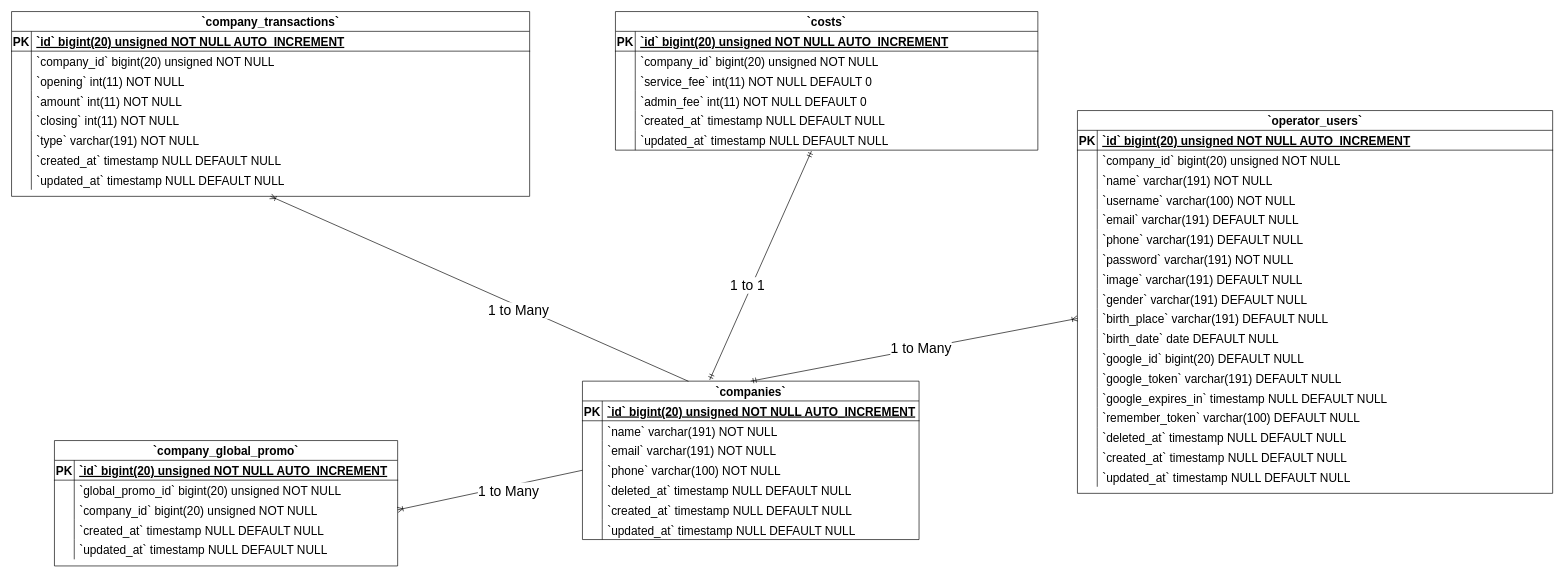
Before: Companies ERD Split Diagram 1.drawio in Simasco/diagram, a draw.io diagram. Source tidied: cells renumbered, new cells numbered last; positions are measured from the earlier drawing's top-left corner, leaving out a move shared by most shapes. Both pictures are drawn from the tidied source at 66%, with x=0, y=0 at pixel (11, 11).
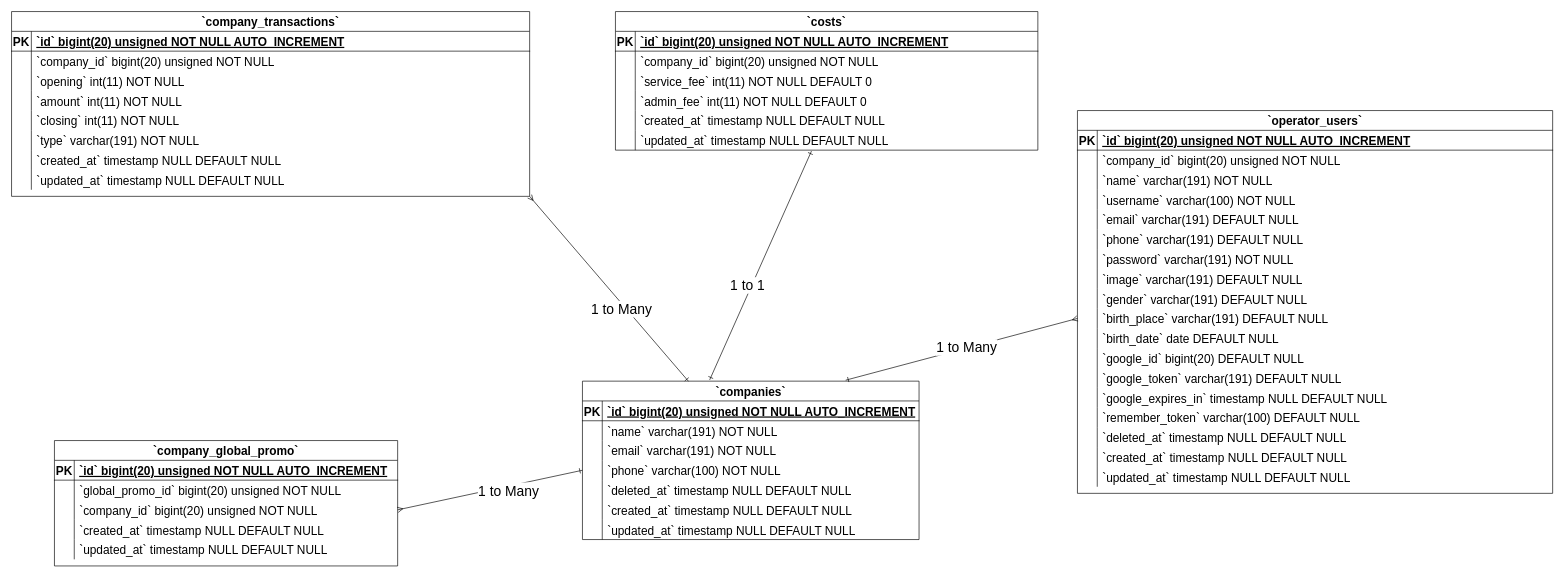
The same diagram, later.

Unchanged cells that the change refers to:
```xml
<mxCell id="2" value="`companies`" style="shape=table;startSize=30;childLayout=tableLayout;rowLines=0;fontStyle=1;align=center;fontSize=18;" parent="1" vertex="1">
  <mxGeometry x="865" y="560" width="510" height="240" as="geometry" />
</mxCell>
<mxCell id="12" style="shape=tableRow;horizontal=0;startSize=0;swimlaneHead=0;swimlaneBody=0;fillColor=none;points=[[0,0.5],[1,0.5]];portConstraint=eastwest;strokeColor=inherit;top=0;left=0;right=0;bottom=0;fontSize=18;" parent="2" vertex="1">
  <mxGeometry y="120" width="510" height="30" as="geometry" />
</mxCell>
<mxCell id="31" style="shape=tableRow;horizontal=0;startSize=0;swimlaneHead=0;swimlaneBody=0;fillColor=none;points=[[0,0.5],[1,0.5]];portConstraint=eastwest;strokeColor=inherit;top=0;left=0;right=0;bottom=0;fontSize=18;" parent="24" vertex="1">
  <mxGeometry y="90" width="520" height="30" as="geometry" />
</mxCell>
<mxCell id="40" value="`company_transactions`" style="shape=table;startSize=30;childLayout=tableLayout;rowLines=0;fontStyle=1;align=center;fontSize=18;" parent="1" vertex="1">
  <mxGeometry width="785" height="280" as="geometry" />
</mxCell>
<mxCell id="81" style="shape=tableRow;horizontal=0;startSize=0;swimlaneHead=0;swimlaneBody=0;fillColor=none;points=[[0,0.5],[1,0.5]];portConstraint=eastwest;strokeColor=inherit;top=0;left=0;right=0;bottom=0;fontSize=18;" parent="65" vertex="1">
  <mxGeometry y="180" width="640" height="30" as="geometry" />
</mxCell>
<mxCell id="112" style="shape=tableRow;horizontal=0;startSize=0;swimlaneHead=0;swimlaneBody=0;fillColor=none;points=[[0,0.5],[1,0.5]];portConstraint=eastwest;strokeColor=inherit;top=0;left=0;right=0;bottom=0;fontSize=18;" parent="84" vertex="1">
  <mxGeometry y="300" width="720" height="30" as="geometry" />
</mxCell>
```

The edit, as a diff of the source:
```diff
@@
-    <mxCell id="139" style="fontSize=18;html=1;endArrow=ERoneToMany;rounded=0;exitX=0;exitY=0.5;exitDx=0;exitDy=0;entryX=1;entryY=0.5;entryDx=0;entryDy=0;" parent="1" edge="1" source="12" target="31">
+    <mxCell id="139" style="fontSize=18;html=1;endArrow=ERmany;rounded=0;exitX=0;exitY=0.5;exitDx=0;exitDy=0;entryX=1;entryY=0.5;entryDx=0;entryDy=0;startArrow=ERone;startFill=0;endFill=0;" parent="1" edge="1" source="12" target="31">
       <mxGeometry relative="1" as="geometry" />
     </mxCell>
@@
-    <mxCell id="141" style="fontSize=18;html=1;endArrow=ERoneToMany;rounded=0;exitX=0.315;exitY=0.001;exitDx=0;exitDy=0;entryX=0.5;entryY=1;entryDx=0;entryDy=0;exitPerimeter=0;" parent="1" edge="1" source="2" target="40">
+    <mxCell id="141" style="fontSize=18;html=1;endArrow=ERmany;rounded=0;exitX=0.315;exitY=0.001;exitDx=0;exitDy=0;entryX=1;entryY=1;entryDx=0;entryDy=0;exitPerimeter=0;startArrow=ERone;startFill=0;endFill=0;" parent="1" edge="1" source="2" target="40">
       <mxGeometry relative="1" as="geometry" />
     </mxCell>
@@
-    <mxCell id="143" style="fontSize=18;html=1;endArrow=ERmandOne;rounded=0;entryX=0.464;entryY=1.049;entryDx=0;entryDy=0;entryPerimeter=0;endFill=0;startArrow=ERmandOne;startFill=0;exitX=0.378;exitY=-0.008;exitDx=0;exitDy=0;exitPerimeter=0;" parent="1" edge="1" source="2" target="81">
+    <mxCell id="143" style="fontSize=18;html=1;endArrow=ERone;rounded=0;entryX=0.464;entryY=1.049;entryDx=0;entryDy=0;entryPerimeter=0;endFill=0;startArrow=ERone;startFill=0;exitX=0.378;exitY=-0.008;exitDx=0;exitDy=0;exitPerimeter=0;" parent="1" edge="1" source="2" target="81">
       <mxGeometry relative="1" as="geometry" />
     </mxCell>
@@
-    <mxCell id="145" style="rounded=0;jettySize=auto;html=1;exitX=0.5;exitY=0;exitDx=0;exitDy=0;endArrow=ERoneToMany;endFill=0;startArrow=ERmandOne;startFill=0;fontSize=18;entryX=0;entryY=0.5;entryDx=0;entryDy=0;" parent="1" edge="1" source="2" target="112">
+    <mxCell id="145" style="rounded=0;jettySize=auto;html=1;exitX=0.782;exitY=-0.006;exitDx=0;exitDy=0;endArrow=ERmany;endFill=0;startArrow=ERone;startFill=0;fontSize=18;entryX=0;entryY=0.5;entryDx=0;entryDy=0;exitPerimeter=0;" parent="1" edge="1" source="2" target="112">
       <mxGeometry relative="1" as="geometry" />
     </mxCell>
```
